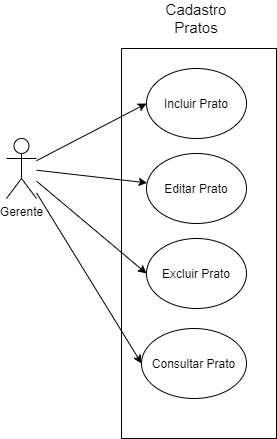
hinname/project-Restaurant keeps this draw.io diagram as CadastrarPrato.png. Above is the earlier version. Source tidied: cells renumbered, new cells last; positions are measured from the earlier drawing's top-left corner, leaving out a move shared by most shapes.
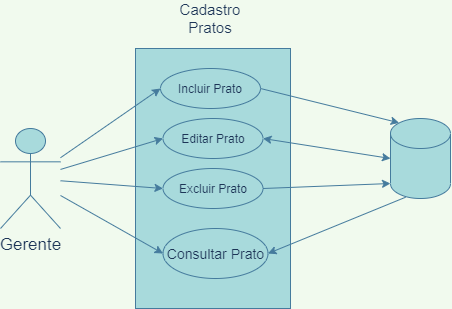
After the change.

What changed in the source:
```diff
@@ -1,39 +1,54 @@
-<mxGraphModel>
+<mxGraphModel background="#F1FAEE">
   <root>
     <mxCell id="0" />
     <mxCell id="1" parent="0" />
-    <mxCell id="2" style="rounded=0;whiteSpace=wrap;html=1;" parent="1" vertex="1">
-      <mxGeometry x="115" y="40" width="155" height="390" as="geometry" />
+    <mxCell id="2" style="rounded=0;whiteSpace=wrap;html=1;fillColor=#A8DADC;strokeColor=#457B9D;fontColor=#1D3557;" parent="1" vertex="1">
+      <mxGeometry x="115" y="40" width="155" height="260" as="geometry" />
     </mxCell>
-    <mxCell id="3" value="Gerente" style="shape=umlActor;verticalLabelPosition=bottom;verticalAlign=top;html=1;outlineConnect=0;" parent="1" vertex="1">
-      <mxGeometry y="130" width="30" height="60" as="geometry" />
+    <mxCell id="3" value="&lt;font style=&quot;font-size: 17px&quot;&gt;Gerente&lt;/font&gt;" style="shape=umlActor;verticalLabelPosition=bottom;verticalAlign=top;html=1;outlineConnect=0;fillColor=#A8DADC;strokeColor=#457B9D;fontColor=#1D3557;" parent="1" vertex="1">
+      <mxGeometry x="-20" y="120" width="60" height="100" as="geometry" />
     </mxCell>
-    <mxCell id="4" value="Incluir Prato" style="ellipse;whiteSpace=wrap;html=1;" parent="1" vertex="1">
-      <mxGeometry x="140" y="60" width="100" height="70" as="geometry" />
+    <mxCell id="4" value="Incluir Prato" style="ellipse;whiteSpace=wrap;html=1;fillColor=#A8DADC;strokeColor=#457B9D;fontColor=#1D3557;" parent="1" vertex="1">
+      <mxGeometry x="140" y="60" width="100" height="40" as="geometry" />
     </mxCell>
-    <mxCell id="5" value="Editar Prato" style="ellipse;whiteSpace=wrap;html=1;" parent="1" vertex="1">
-      <mxGeometry x="140" y="145" width="100" height="70" as="geometry" />
+    <mxCell id="5" value="Editar Prato" style="ellipse;whiteSpace=wrap;html=1;fillColor=#A8DADC;strokeColor=#457B9D;fontColor=#1D3557;" parent="1" vertex="1">
+      <mxGeometry x="142.5" y="110" width="100" height="40" as="geometry" />
     </mxCell>
-    <mxCell id="6" value="Excluir Prato" style="ellipse;whiteSpace=wrap;html=1;" parent="1" vertex="1">
-      <mxGeometry x="140" y="230" width="100" height="70" as="geometry" />
+    <mxCell id="6" value="Excluir Prato" style="ellipse;whiteSpace=wrap;html=1;fillColor=#A8DADC;strokeColor=#457B9D;fontColor=#1D3557;" parent="1" vertex="1">
+      <mxGeometry x="142.5" y="160" width="100" height="40" as="geometry" />
     </mxCell>
-    <mxCell id="7" value="&lt;font style=&quot;font-size: 15px&quot;&gt;Cadastro Pratos&lt;/font&gt;" style="text;html=1;strokeColor=none;fillColor=none;align=center;verticalAlign=middle;whiteSpace=wrap;rounded=0;" parent="1" vertex="1">
+    <mxCell id="7" value="&lt;font style=&quot;font-size: 15px&quot;&gt;Cadastro Pratos&lt;/font&gt;" style="text;html=1;strokeColor=none;fillColor=none;align=center;verticalAlign=middle;whiteSpace=wrap;rounded=0;fontColor=#1D3557;" parent="1" vertex="1">
       <mxGeometry x="170" width="40" height="20" as="geometry" />
     </mxCell>
-    <mxCell id="8" style="endArrow=classic;html=1;entryX=0;entryY=0.5;entryDx=0;entryDy=0;" parent="1" edge="1" source="3" target="4">
+    <mxCell id="8" style="endArrow=classic;html=1;entryX=0;entryY=0.5;entryDx=0;entryDy=0;labelBackgroundColor=#F1FAEE;strokeColor=#457B9D;fontColor=#1D3557;" parent="1" edge="1" source="3" target="4">
       <mxGeometry relative="1" as="geometry" />
     </mxCell>
-    <mxCell id="9" style="endArrow=classic;html=1;" parent="1" edge="1" source="3" target="5">
+    <mxCell id="9" style="endArrow=classic;html=1;entryX=0;entryY=0.5;entryDx=0;entryDy=0;labelBackgroundColor=#F1FAEE;strokeColor=#457B9D;fontColor=#1D3557;" parent="1" edge="1" source="3" target="5">
       <mxGeometry relative="1" as="geometry" />
     </mxCell>
-    <mxCell id="10" style="endArrow=classic;html=1;entryX=0;entryY=0.5;entryDx=0;entryDy=0;" parent="1" edge="1" source="3" target="6">
+    <mxCell id="10" style="endArrow=classic;html=1;entryX=0;entryY=0.5;entryDx=0;entryDy=0;labelBackgroundColor=#F1FAEE;strokeColor=#457B9D;fontColor=#1D3557;" parent="1" edge="1" source="3" target="6">
       <mxGeometry relative="1" as="geometry" />
     </mxCell>
-    <mxCell id="11" value="Consultar Prato" style="ellipse;whiteSpace=wrap;html=1;" parent="1" vertex="1">
-      <mxGeometry x="135" y="320" width="105" height="70" as="geometry" />
+    <mxCell id="11" value="&lt;font style=&quot;font-size: 14px&quot;&gt;Consultar Prato&lt;/font&gt;" style="ellipse;whiteSpace=wrap;html=1;fillColor=#A8DADC;strokeColor=#457B9D;fontColor=#1D3557;" parent="1" vertex="1">
+      <mxGeometry x="142.5" y="220" width="105" height="50" as="geometry" />
     </mxCell>
-    <mxCell id="12" style="endArrow=classic;html=1;entryX=0;entryY=0.5;entryDx=0;entryDy=0;" parent="1" edge="1" source="3" target="11">
+    <mxCell id="12" style="endArrow=classic;html=1;entryX=0;entryY=0.5;entryDx=0;entryDy=0;labelBackgroundColor=#F1FAEE;strokeColor=#457B9D;fontColor=#1D3557;" parent="1" edge="1" source="3" target="11">
       <mxGeometry relative="1" as="geometry" />
     </mxCell>
+    <mxCell id="13" style="shape=cylinder3;whiteSpace=wrap;html=1;boundedLbl=1;backgroundOutline=1;size=15;fillColor=#A8DADC;strokeColor=#457B9D;fontColor=#1D3557;" parent="1" vertex="1">
+      <mxGeometry x="370" y="110" width="60" height="80" as="geometry" />
+    </mxCell>
+    <mxCell id="14" style="endArrow=classic;html=1;exitX=1;exitY=0.5;exitDx=0;exitDy=0;entryX=0.145;entryY=0;entryDx=0;entryDy=4.35;entryPerimeter=0;labelBackgroundColor=#F1FAEE;strokeColor=#457B9D;fontColor=#1D3557;" parent="1" edge="1" source="4" target="13">
+      <mxGeometry relative="1" as="geometry" />
+    </mxCell>
+    <mxCell id="15" style="endArrow=classic;startArrow=classic;html=1;exitX=1;exitY=0.5;exitDx=0;exitDy=0;entryX=0;entryY=0.5;entryDx=0;entryDy=0;entryPerimeter=0;labelBackgroundColor=#F1FAEE;strokeColor=#457B9D;fontColor=#1D3557;" parent="1" edge="1" source="5" target="13">
+      <mxGeometry relative="1" as="geometry" />
+    </mxCell>
+    <mxCell id="16" style="endArrow=classic;html=1;entryX=0;entryY=1;entryDx=0;entryDy=-15;entryPerimeter=0;exitX=1;exitY=0.5;exitDx=0;exitDy=0;labelBackgroundColor=#F1FAEE;strokeColor=#457B9D;fontColor=#1D3557;" parent="1" edge="1" source="6" target="13">
+      <mxGeometry relative="1" as="geometry" />
+    </mxCell>
+    <mxCell id="17" style="endArrow=classic;html=1;entryX=1;entryY=0.5;entryDx=0;entryDy=0;exitX=0.252;exitY=0.984;exitDx=0;exitDy=0;exitPerimeter=0;labelBackgroundColor=#F1FAEE;strokeColor=#457B9D;fontColor=#1D3557;" parent="1" edge="1" source="13" target="11">
+      <mxGeometry relative="1" as="geometry" />
+    </mxCell>
   </root>
 </mxGraphModel>
```
